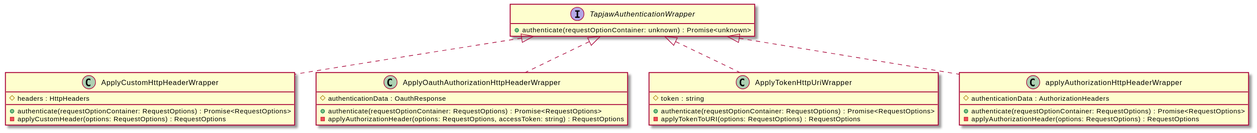
Above: docs/assets/TapjawAuthenticationWrapper-umlClassDiagram-28.svg in digidip/tapjaw-importer (PlantUML), before the change.
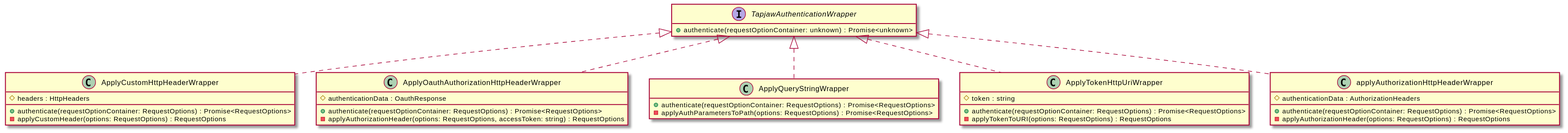
After the commit.

Diff of the diagram source:
```diff
@@ -17,6 +17,11 @@
     -applyAuthorizationHeader(options: RequestOptions, accessToken: string) : RequestOptions
 }
 "TapjawAuthenticationWrapper" <|.. "ApplyOauthAuthorizationHttpHeaderWrapper"
+class "ApplyQueryStringWrapper" {
+    +authenticate(requestOptionContainer: RequestOptions) : Promise<RequestOptions>
+    -applyAuthParametersToPath(options: RequestOptions) : Promise<RequestOptions>
+}
+"TapjawAuthenticationWrapper" <|.. "ApplyQueryStringWrapper"
 class "ApplyTokenHttpUriWrapper" {
     #token : string
     +authenticate(requestOptionContainer: RequestOptions) : Promise<RequestOptions>
```
